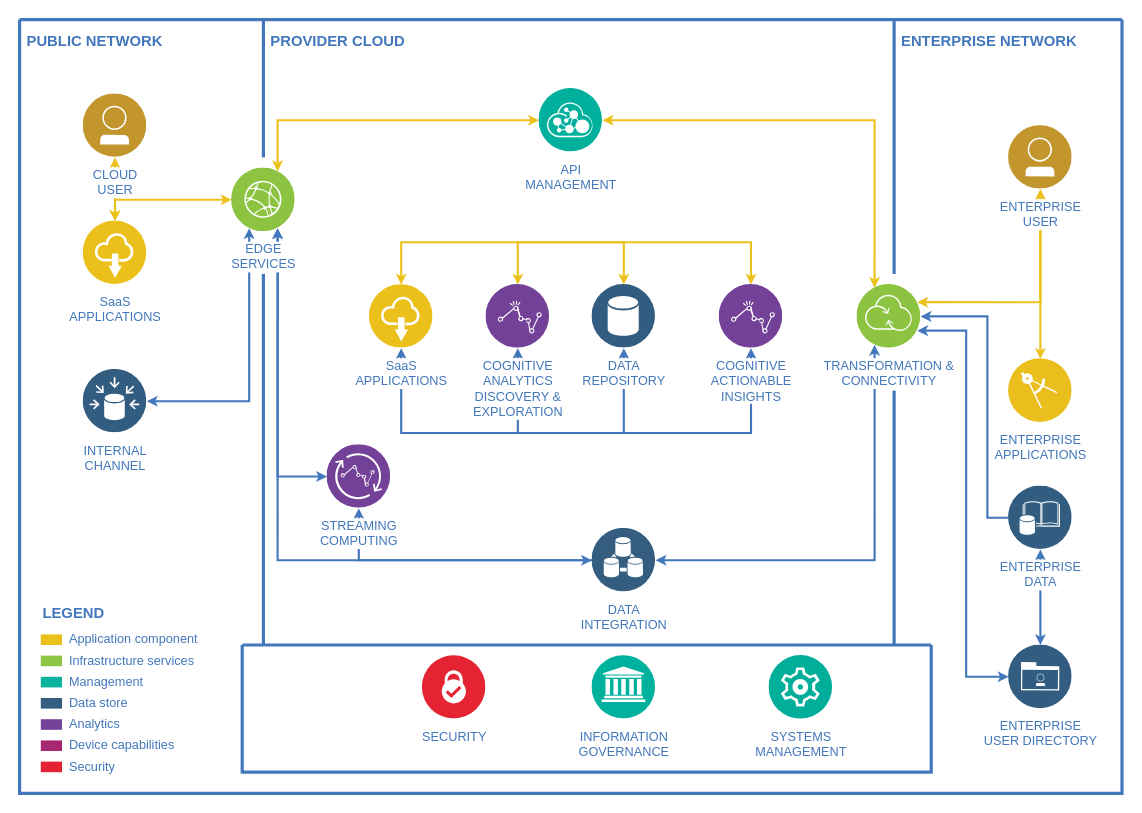
The draw.io diagram Untitled Diagram.drawio in vives-project-xp/GreenhouseSecurity, before the edit. Source tidied: cells renumbered, new cells numbered last; positions are measured from the earlier drawing's top-left corner, leaving out a move shared by most shapes. Both pictures are drawn from the tidied source at 106%, with x=0, y=0 at pixel (19, 19).
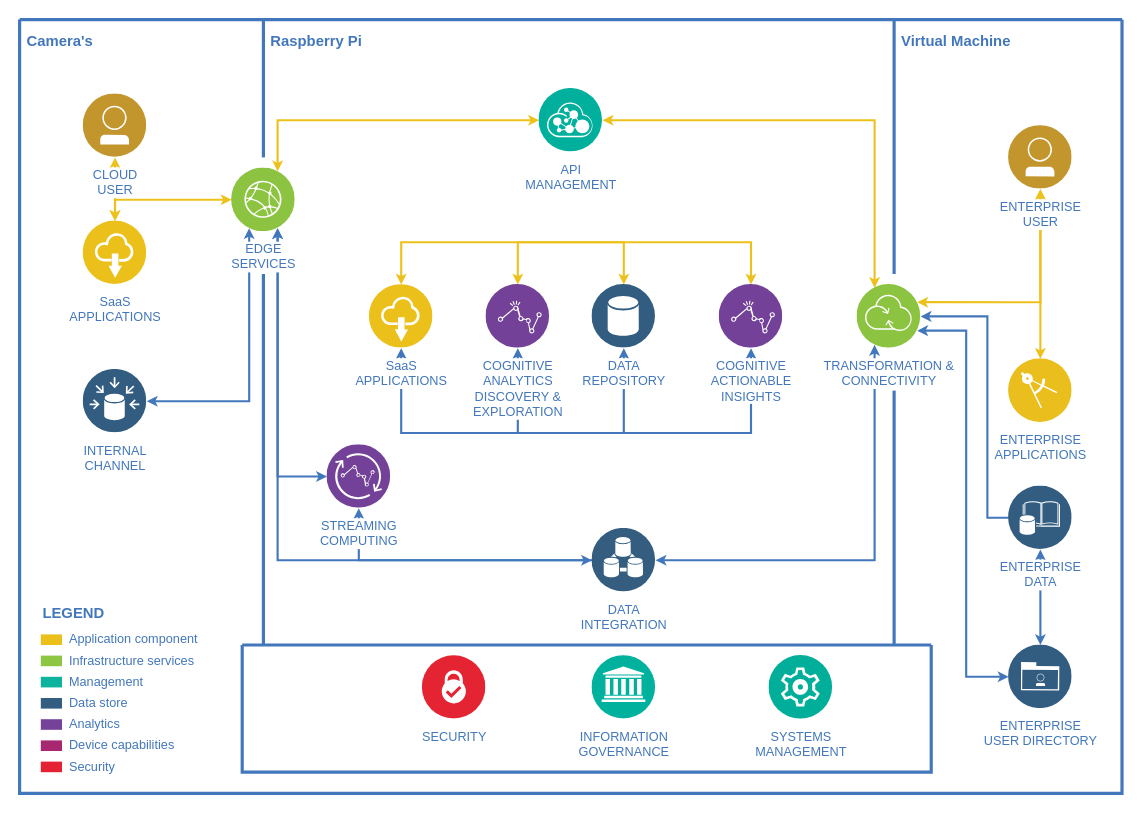
After the change.

Unchanged cells that the change refers to:
```xml
<mxCell id="2" style="swimlane;shadow=0;strokeColor=#4277BB;fillColor=#ffffff;fontColor=none;align=right;startSize=0;noLabel=1;strokeWidth=3;" parent="1" vertex="1">
  <mxGeometry width="1040" height="730" as="geometry" />
</mxCell>
```

The edit, as a diff of the source:
```diff
@@
-    <mxCell id="41" value="PUBLIC NETWORK" style="text;html=1;align=left;verticalAlign=middle;fontColor=#4277BB;shadow=0;dashed=0;strokeColor=none;fillColor=none;labelBackgroundColor=none;fontStyle=1;fontSize=14;spacingLeft=5;" parent="2" vertex="1">
+    <mxCell id="41" value="Camera's" style="text;html=1;align=left;verticalAlign=middle;fontColor=#4277BB;shadow=0;dashed=0;strokeColor=none;fillColor=none;labelBackgroundColor=none;fontStyle=1;fontSize=14;spacingLeft=5;" parent="2" vertex="1">
       <mxGeometry y="10" width="150" height="20" as="geometry" />
     </mxCell>
@@
-    <mxCell id="46" value="PROVIDER CLOUD" style="text;html=1;align=left;verticalAlign=middle;fontColor=#4277BB;shadow=0;dashed=0;strokeColor=none;fillColor=none;labelBackgroundColor=none;fontStyle=1;fontSize=14;spacingLeft=5;" parent="2" vertex="1">
+    <mxCell id="46" value="Raspberry Pi" style="text;html=1;align=left;verticalAlign=middle;fontColor=#4277BB;shadow=0;dashed=0;strokeColor=none;fillColor=none;labelBackgroundColor=none;fontStyle=1;fontSize=14;spacingLeft=5;" parent="2" vertex="1">
       <mxGeometry x="230" y="10" width="150" height="20" as="geometry" />
     </mxCell>
-    <mxCell id="47" value="ENTERPRISE NETWORK" style="text;html=1;align=left;verticalAlign=middle;fontColor=#4277BB;shadow=0;dashed=0;strokeColor=none;fillColor=none;labelBackgroundColor=none;fontStyle=1;fontSize=14;spacingLeft=5;" parent="2" vertex="1">
+    <mxCell id="47" value="Virtual Machine" style="text;html=1;align=left;verticalAlign=middle;fontColor=#4277BB;shadow=0;dashed=0;strokeColor=none;fillColor=none;labelBackgroundColor=none;fontStyle=1;fontSize=14;spacingLeft=5;" parent="2" vertex="1">
       <mxGeometry x="825" y="10" width="185" height="20" as="geometry" />
     </mxCell>
```
